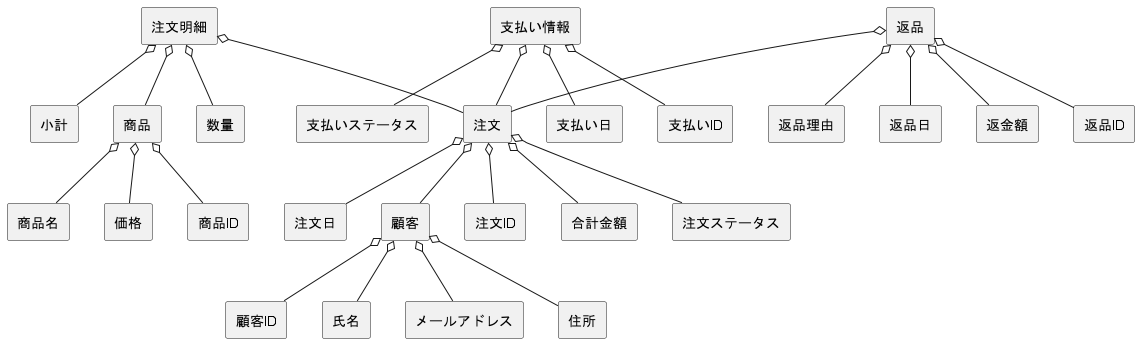
Before: out/group/BB/BBdomain copy/BBショップ注文管理ドメインモデル.png, a diagram exported from PlantUML (amaneko0608/ohara_uml). The source it was exported from:
```plantuml
@startuml BBショップ注文管理ドメインモデル
skinparam componentStyle rectangle

[顧客] o-- [顧客ID]
[顧客] o-- [氏名]
[顧客] o-- [メールアドレス]
[顧客] o-- [住所]

[商品] o-- [商品ID]
[商品] o-- [商品名]
[商品] o-- [価格]

[注文] o-- [注文ID]
[注文] o-- [顧客]
[注文] o-- [合計金額]
[注文] o-- [注文ステータス]
[注文] o-- [注文日]

[注文明細] o-- [注文]
[注文明細] o-- [商品]
[注文明細] o-- [数量]
[注文明細] o-- [小計]

[支払い情報] o-- [注文]
[支払い情報] o-- [支払いID]
[支払い情報] o-- [支払いステータス]
[支払い情報] o-- [支払い日]

[返品] o-- [注文]
[返品] o-- [返品ID]
[返品] o-- [返品理由]
[返品] o-- [返品日]
[返品] o-- [返金額]

@enduml
```
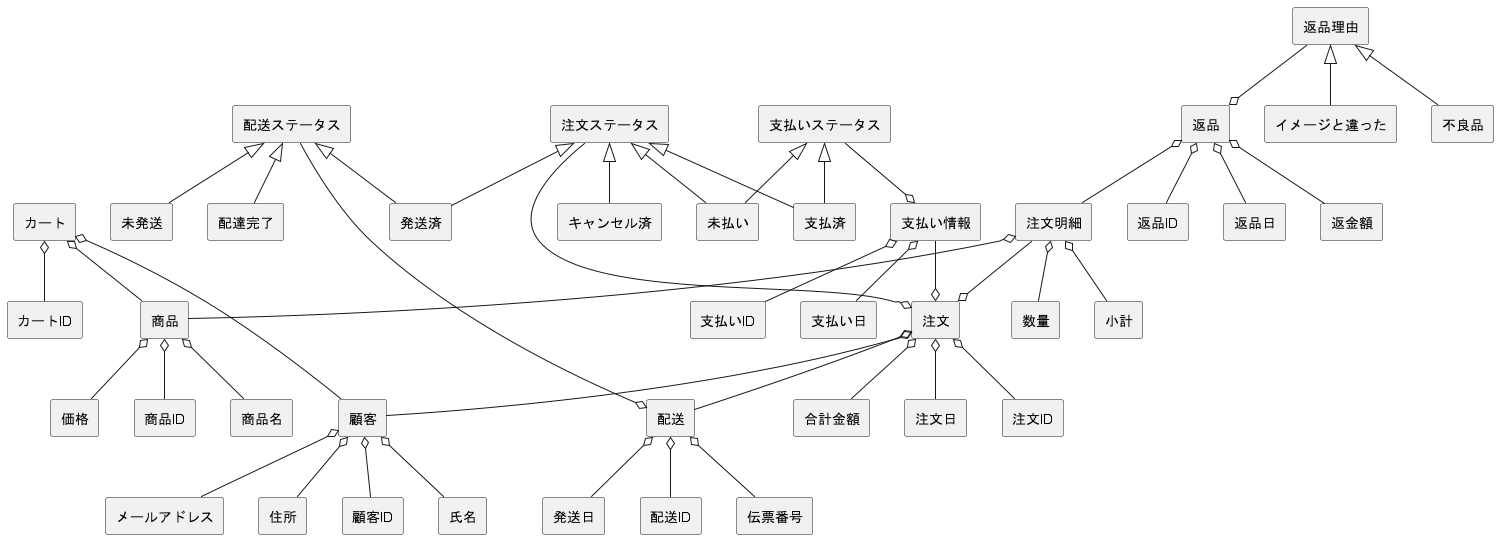
After the commit.

Diff of the diagram source:
```diff
@@ -6,6 +6,10 @@
 [顧客] o-- [メールアドレス]
 [顧客] o-- [住所]
 
+[カート] o-- [カートID]
+[カート] o-- [顧客]
+[カート] o-- [商品]
+
 [商品] o-- [商品ID]
 [商品] o-- [商品名]
 [商品] o-- [価格]
@@ -13,23 +17,45 @@
 [注文] o-- [注文ID]
 [注文] o-- [顧客]
 [注文] o-- [合計金額]
-[注文] o-- [注文ステータス]
 [注文] o-- [注文日]
 
-[注文明細] o-- [注文]
+[注文ステータス] <|-- [未払い]
+[注文ステータス] <|-- [支払済]
+[注文ステータス] <|-- [発送済]
+[注文ステータス] <|-- [キャンセル済]
+[注文ステータス] --o [注文]
+
+[注文明細] --o [注文]
 [注文明細] o-- [商品]
 [注文明細] o-- [数量]
 [注文明細] o-- [小計]
 
-[支払い情報] o-- [注文]
+[支払い情報] --o [注文]
 [支払い情報] o-- [支払いID]
-[支払い情報] o-- [支払いステータス]
 [支払い情報] o-- [支払い日]
 
-[返品] o-- [注文]
+[支払いステータス] <|-- [未払い]
+[支払いステータス] <|-- [支払済]
+[支払いステータス] --o [支払い情報]
+
+[返品] o-- [注文明細]
 [返品] o-- [返品ID]
-[返品] o-- [返品理由]
 [返品] o-- [返品日]
 [返品] o-- [返金額]
 
+[返品理由] <|-- [イメージと違った]
+[返品理由] <|-- [不良品]
+[返品理由] --o [返品]
+
+[配送] o-- [配送ID]
+[配送] o-- [伝票番号]
+[配送] o-- [発送日]
+
+[配送ステータス] <|-- [未発送]
+[配送ステータス] <|-- [発送済]
+[配送ステータス] <|-- [配達完了]
+[配送ステータス] --o [配送]
+
+[注文] o-- [配送]
+
 @enduml
```
